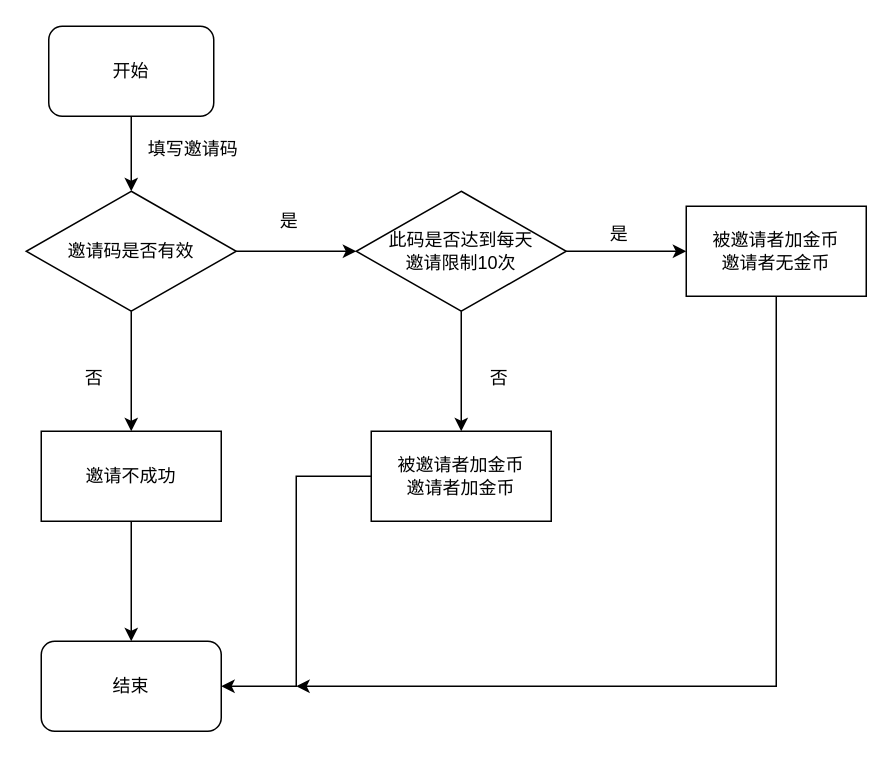
Before: 邀请码逻辑.drawio in LiErhua/draw.io, a draw.io diagram. Source tidied: cells renumbered, new cells numbered last; positions are measured from the earlier drawing's top-left corner, leaving out a move shared by most shapes. Both pictures are drawn from the tidied source at 150%, with x=0, y=0 at pixel (26, 26).
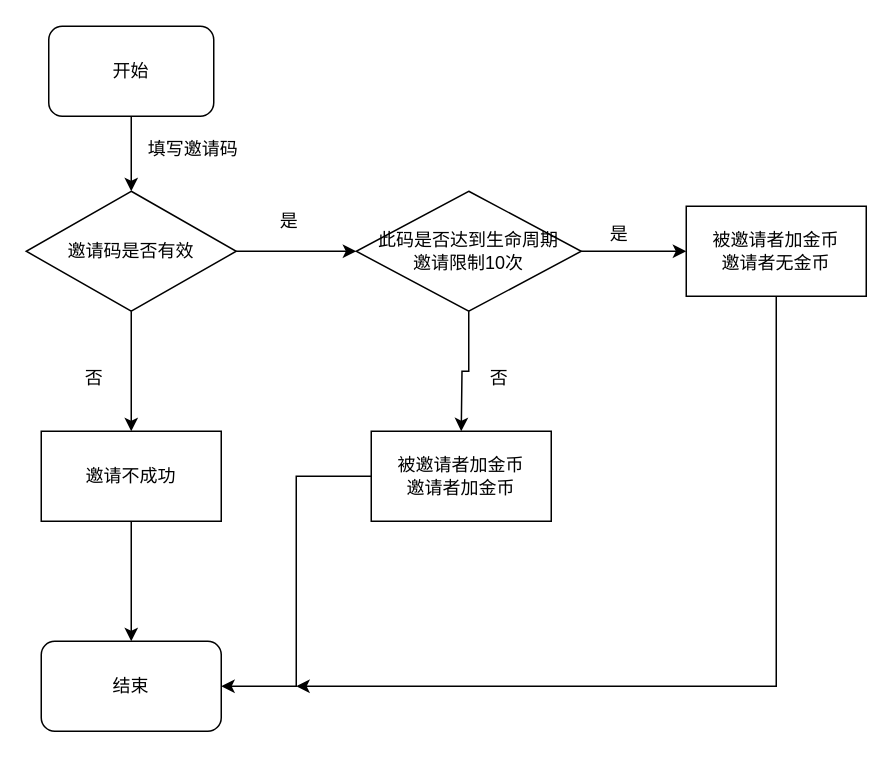
The same page after the edit.

Commit message:
Update 邀请码逻辑.drawio

Diff of the diagram source:
```diff
@@
-    <mxCell id="11" value="此码是否达到每天&lt;br&gt;邀请限制10次" style="rhombus;whiteSpace=wrap;html=1;" parent="1" vertex="1">
-      <mxGeometry x="220" y="110" width="140" height="80" as="geometry" />
+    <mxCell id="11" value="此码是否达到生命周期&lt;br&gt;邀请限制10次" style="rhombus;whiteSpace=wrap;html=1;" parent="1" vertex="1">
+      <mxGeometry x="220" y="110" width="150" height="80" as="geometry" />
     </mxCell>
```
